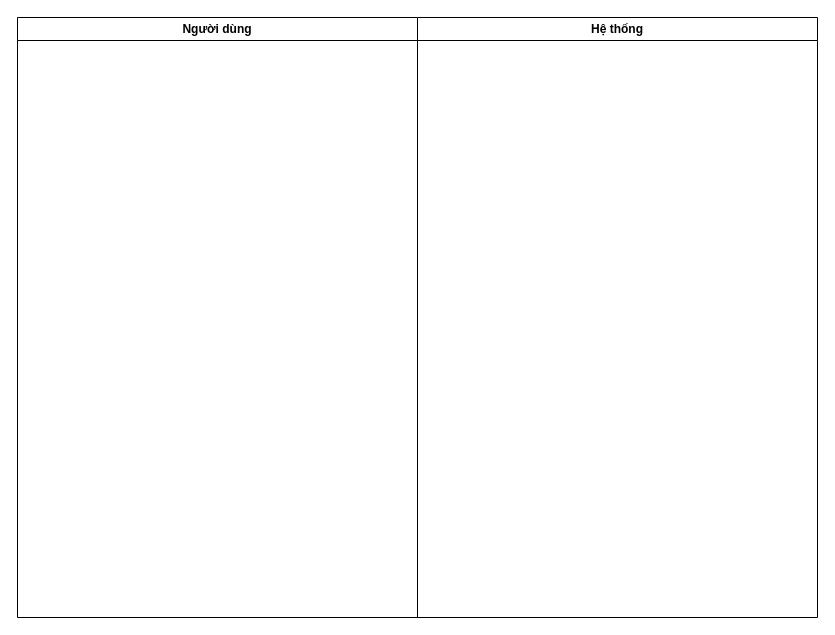
The draw.io diagram page "Trang-2" (2 of 2) of Biểu đồ không có tiêu đề.drawio in V13tthnh/To-do-list-ReactJS, before the edit. Source tidied: cells renumbered, new cells numbered last; positions are measured from the earlier drawing's top-left corner, leaving out a move shared by most shapes. Both pictures are drawn from the tidied source at 100%, with x=0, y=0 at pixel (17, 17).
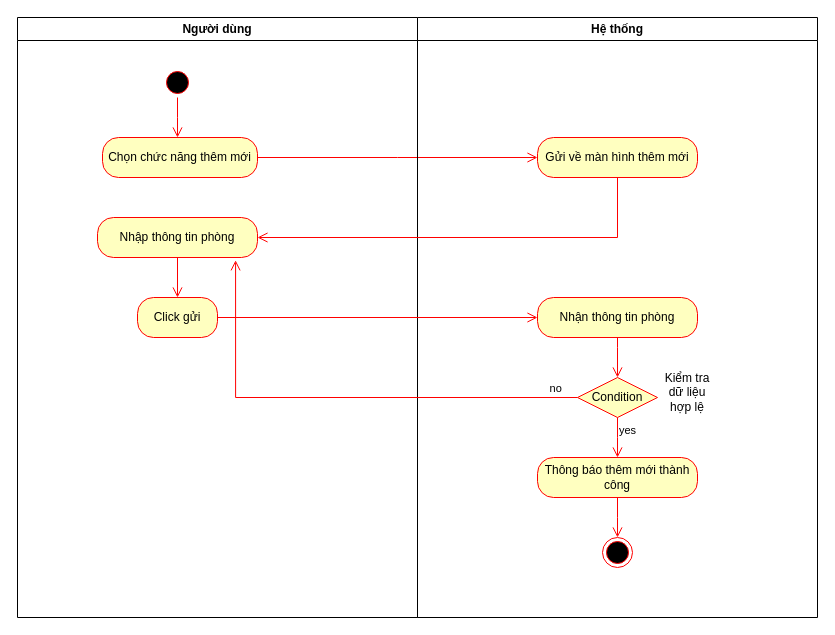
The same page after the edit.

Unchanged cells that the change refers to:
```xml
<mxCell id="2" value="Người dùng" style="swimlane;whiteSpace=wrap;html=1;" parent="1" vertex="1">
  <mxGeometry width="400" height="600" as="geometry" />
</mxCell>
<mxCell id="3" value="Hệ thống" style="swimlane;whiteSpace=wrap;html=1;" parent="1" vertex="1">
  <mxGeometry x="400" width="400" height="600" as="geometry" />
</mxCell>
```

The edit, as a diff of the source:
```diff
@@
+    <mxCell id="4" style="ellipse;html=1;shape=startState;fillColor=#000000;strokeColor=#ff0000;" parent="2" vertex="1">
+      <mxGeometry x="145" y="50" width="30" height="30" as="geometry" />
+    </mxCell>
+    <mxCell id="5" style="edgeStyle=orthogonalEdgeStyle;html=1;verticalAlign=bottom;endArrow=open;endSize=8;strokeColor=#ff0000;rounded=0;" parent="2" edge="1" source="4">
+      <mxGeometry relative="1" as="geometry">
+        <mxPoint x="160" y="120" as="targetPoint" />
+      </mxGeometry>
+    </mxCell>
+    <mxCell id="6" value="Chọn chức năng thêm mới" style="rounded=1;whiteSpace=wrap;html=1;arcSize=40;fontColor=#000000;fillColor=#ffffc0;strokeColor=#ff0000;" parent="2" vertex="1">
+      <mxGeometry x="85" y="120" width="155" height="40" as="geometry" />
+    </mxCell>
+    <mxCell id="7" style="edgeStyle=orthogonalEdgeStyle;html=1;verticalAlign=bottom;endArrow=open;endSize=8;strokeColor=#ff0000;rounded=0;" parent="2" edge="1" source="6">
+      <mxGeometry relative="1" as="geometry">
+        <mxPoint x="520" y="140" as="targetPoint" />
+      </mxGeometry>
+    </mxCell>
+    <mxCell id="8" value="Nhập thông tin phòng" style="rounded=1;whiteSpace=wrap;html=1;arcSize=40;fontColor=#000000;fillColor=#ffffc0;strokeColor=#ff0000;" parent="2" vertex="1">
+      <mxGeometry x="80" y="200" width="160" height="40" as="geometry" />
+    </mxCell>
+    <mxCell id="9" style="edgeStyle=orthogonalEdgeStyle;html=1;verticalAlign=bottom;endArrow=open;endSize=8;strokeColor=#ff0000;rounded=0;" parent="2" edge="1" source="8">
+      <mxGeometry relative="1" as="geometry">
+        <mxPoint x="160" y="280" as="targetPoint" />
+        <Array as="points">
+          <mxPoint x="160" y="280" />
+          <mxPoint x="160" y="280" />
+        </Array>
+      </mxGeometry>
+    </mxCell>
+    <mxCell id="10" value="Click gửi" style="rounded=1;whiteSpace=wrap;html=1;arcSize=40;fontColor=#000000;fillColor=#ffffc0;strokeColor=#ff0000;" parent="2" vertex="1">
+      <mxGeometry x="120" y="280" width="80" height="40" as="geometry" />
+    </mxCell>
@@
+    <mxCell id="11" value="Gửi về màn hình thêm mới" style="rounded=1;whiteSpace=wrap;html=1;arcSize=40;fontColor=#000000;fillColor=#ffffc0;strokeColor=#ff0000;" parent="3" vertex="1">
+      <mxGeometry x="120" y="120" width="160" height="40" as="geometry" />
+    </mxCell>
+    <mxCell id="12" value="Nhận thông tin phòng" style="rounded=1;whiteSpace=wrap;html=1;arcSize=40;fontColor=#000000;fillColor=#ffffc0;strokeColor=#ff0000;" parent="3" vertex="1">
+      <mxGeometry x="120" y="280" width="160" height="40" as="geometry" />
+    </mxCell>
+    <mxCell id="13" style="edgeStyle=orthogonalEdgeStyle;html=1;verticalAlign=bottom;endArrow=open;endSize=8;strokeColor=#ff0000;rounded=0;" parent="3" edge="1" source="12">
+      <mxGeometry relative="1" as="geometry">
+        <mxPoint x="200" y="360" as="targetPoint" />
+        <Array as="points">
+          <mxPoint x="200" y="330" />
+          <mxPoint x="200" y="330" />
+        </Array>
+      </mxGeometry>
+    </mxCell>
+    <mxCell id="14" value="Condition" style="rhombus;whiteSpace=wrap;html=1;fontColor=#000000;fillColor=#ffffc0;strokeColor=#ff0000;" parent="3" vertex="1">
+      <mxGeometry x="160" y="360" width="80" height="40" as="geometry" />
+    </mxCell>
+    <mxCell id="15" value="yes" style="edgeStyle=orthogonalEdgeStyle;html=1;align=left;verticalAlign=top;endArrow=open;endSize=8;strokeColor=#ff0000;rounded=0;" parent="3" edge="1" source="14">
+      <mxGeometry x="-1" relative="1" as="geometry">
+        <mxPoint x="200" y="440" as="targetPoint" />
+      </mxGeometry>
+    </mxCell>
+    <mxCell id="16" value="Kiểm tra dữ liệu hợp lệ" style="text;html=1;whiteSpace=wrap;strokeColor=none;fillColor=none;align=center;verticalAlign=middle;rounded=0;" parent="3" vertex="1">
+      <mxGeometry x="240" y="360" width="60" height="30" as="geometry" />
+    </mxCell>
+    <mxCell id="17" value="Thông báo thêm mới thành công" style="rounded=1;whiteSpace=wrap;html=1;arcSize=40;fontColor=#000000;fillColor=#ffffc0;strokeColor=#ff0000;" parent="3" vertex="1">
+      <mxGeometry x="120" y="440" width="160" height="40" as="geometry" />
+    </mxCell>
+    <mxCell id="18" style="edgeStyle=orthogonalEdgeStyle;html=1;verticalAlign=bottom;endArrow=open;endSize=8;strokeColor=#ff0000;rounded=0;" parent="3" edge="1" source="17">
+      <mxGeometry relative="1" as="geometry">
+        <mxPoint x="200" y="520" as="targetPoint" />
+      </mxGeometry>
+    </mxCell>
+    <mxCell id="19" style="ellipse;html=1;shape=endState;fillColor=#000000;strokeColor=#ff0000;" parent="3" vertex="1">
+      <mxGeometry x="185" y="520" width="30" height="30" as="geometry" />
+    </mxCell>
+    <mxCell id="20" style="edgeStyle=orthogonalEdgeStyle;html=1;verticalAlign=bottom;endArrow=open;endSize=8;strokeColor=#ff0000;rounded=0;entryX=1;entryY=0.5;entryDx=0;entryDy=0;" parent="1" edge="1" source="11">
+      <mxGeometry relative="1" as="geometry">
+        <mxPoint x="240" y="220" as="targetPoint" />
+        <Array as="points">
+          <mxPoint x="600" y="220" />
+        </Array>
+      </mxGeometry>
+    </mxCell>
+    <mxCell id="21" style="edgeStyle=orthogonalEdgeStyle;html=1;verticalAlign=bottom;endArrow=open;endSize=8;strokeColor=#ff0000;rounded=0;entryX=0;entryY=0.5;entryDx=0;entryDy=0;" parent="1" edge="1" source="10" target="12">
+      <mxGeometry relative="1" as="geometry" />
+    </mxCell>
+    <mxCell id="22" value="&amp;nbsp; &amp;nbsp; &amp;nbsp; &amp;nbsp; &amp;nbsp; no" style="edgeStyle=orthogonalEdgeStyle;html=1;align=left;verticalAlign=bottom;endArrow=open;endSize=8;strokeColor=#ff0000;rounded=0;entryX=0.863;entryY=1.07;entryDx=0;entryDy=0;entryPerimeter=0;" parent="1" edge="1" source="14" target="8">
+      <mxGeometry x="-0.75" relative="1" as="geometry">
+        <Array as="points">
+          <mxPoint x="218" y="380" />
+        </Array>
+      </mxGeometry>
+    </mxCell>
```
